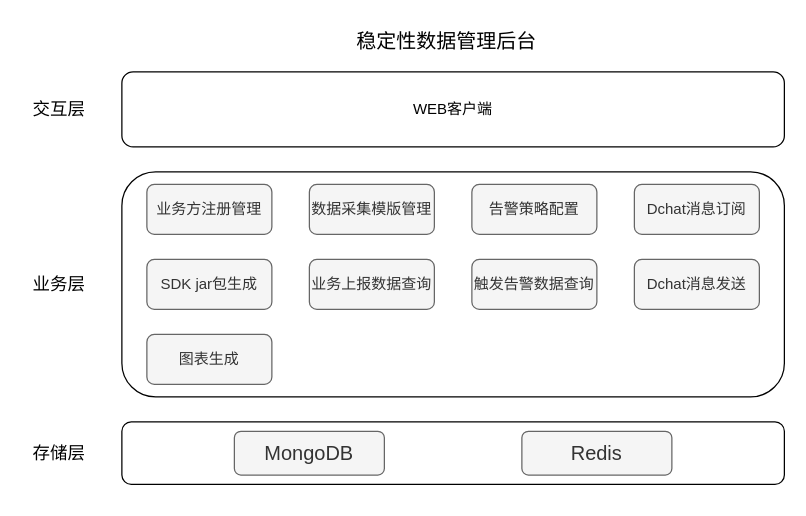
xiaofang168/files keeps this draw.io diagram as drawio/稳定性数据管理平台业务架构.drawio. Above is the earlier version. Source tidied: cells renumbered, new cells numbered last; positions are measured from the earlier drawing's top-left corner, leaving out a move shared by most shapes. Both pictures are drawn from the tidied source at 125%, with x=0, y=0 at pixel (21, 21).
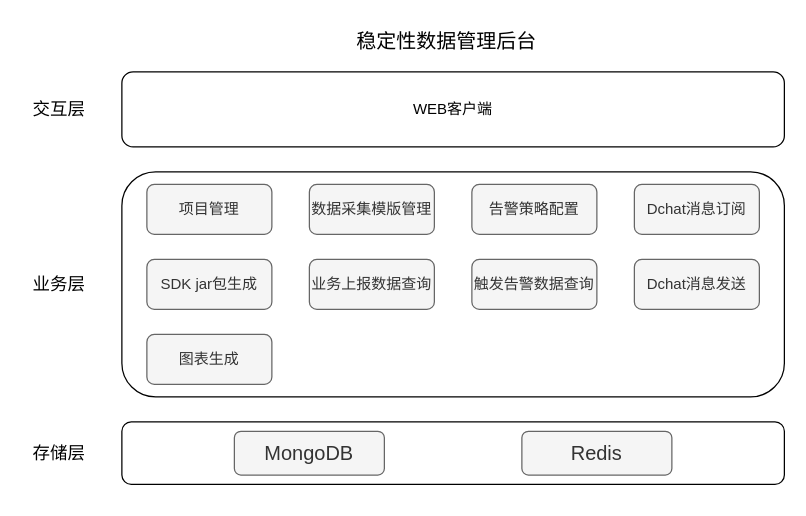
After the change.

Commit message:
Update 稳定性数据管理平台业务架构.drawio

The edit, as a diff of the source:
```diff
@@
-    <mxCell id="17" value="业务方注册管理" style="rounded=1;whiteSpace=wrap;html=1;fillColor=#f5f5f5;fontColor=#333333;strokeColor=#666666;" parent="1" vertex="1">
+    <mxCell id="17" value="项目管理" style="rounded=1;whiteSpace=wrap;html=1;fillColor=#f5f5f5;fontColor=#333333;strokeColor=#666666;" parent="1" vertex="1">
       <mxGeometry x="100" y="130" width="100" height="40" as="geometry" />
     </mxCell>
```
